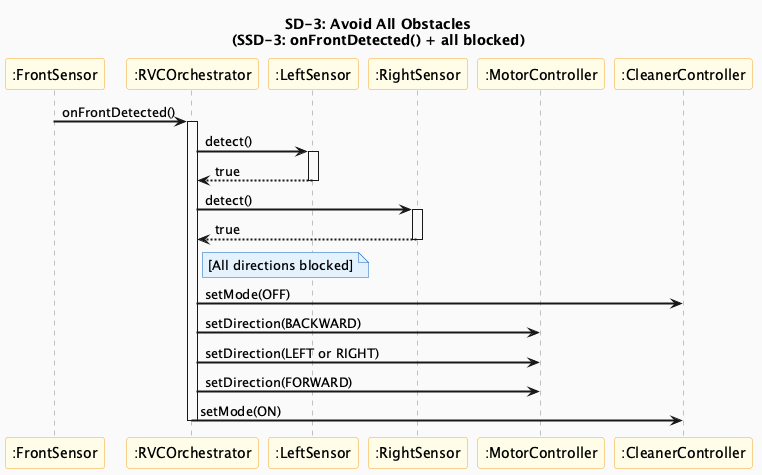
Before: docs/vibe-coding/03-ood/images/SD3_AvoidAllObstacles.png, a diagram exported from PlantUML (OOP-konkuk/CICD-Team7).
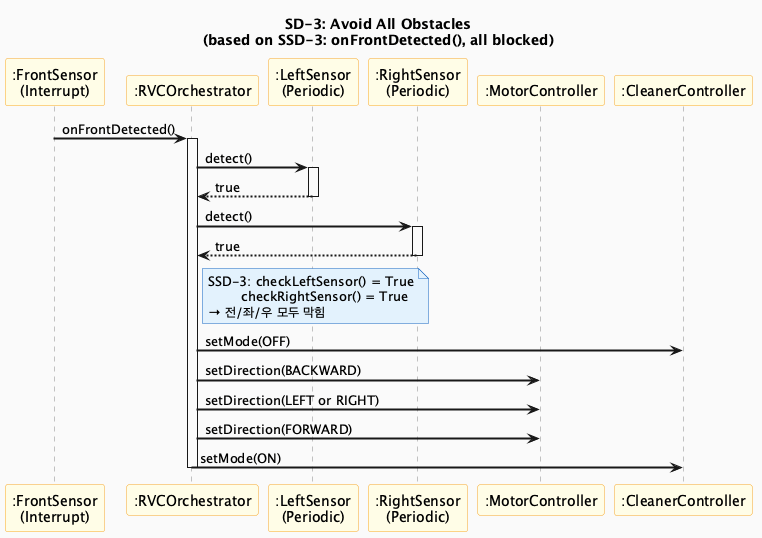
The same file after the commit.

What changed in the source:
```diff
@@ -7,12 +7,12 @@
 skinparam noteBackgroundColor #E3F2FD
 skinparam noteBorderColor #1565C0
 
-title SD-3: Avoid All Obstacles\n(SSD-3: onFrontDetected() + all blocked)
+title SD-3: Avoid All Obstacles\n(based on SSD-3: onFrontDetected(), all blocked)
 
-participant ":FrontSensor" as FS
+participant ":FrontSensor\n(Interrupt)" as FS
 participant ":RVCOrchestrator" as Orch
-participant ":LeftSensor" as LS
-participant ":RightSensor" as RS
+participant ":LeftSensor\n(Periodic)" as LS
+participant ":RightSensor\n(Periodic)" as RS
 participant ":MotorController" as Motor
 participant ":CleanerController" as Cleaner
 
@@ -26,7 +26,11 @@
 activate RS
 RS --> Orch : true
 deactivate RS
-note right of Orch : [All directions blocked]
+note right of Orch
+  SSD-3: checkLeftSensor() = True
+          checkRightSensor() = True
+  → 전/좌/우 모두 막힘
+end note
 Orch -> Cleaner : setMode(OFF)
 Orch -> Motor : setDirection(BACKWARD)
 Orch -> Motor : setDirection(LEFT or RIGHT)
```
